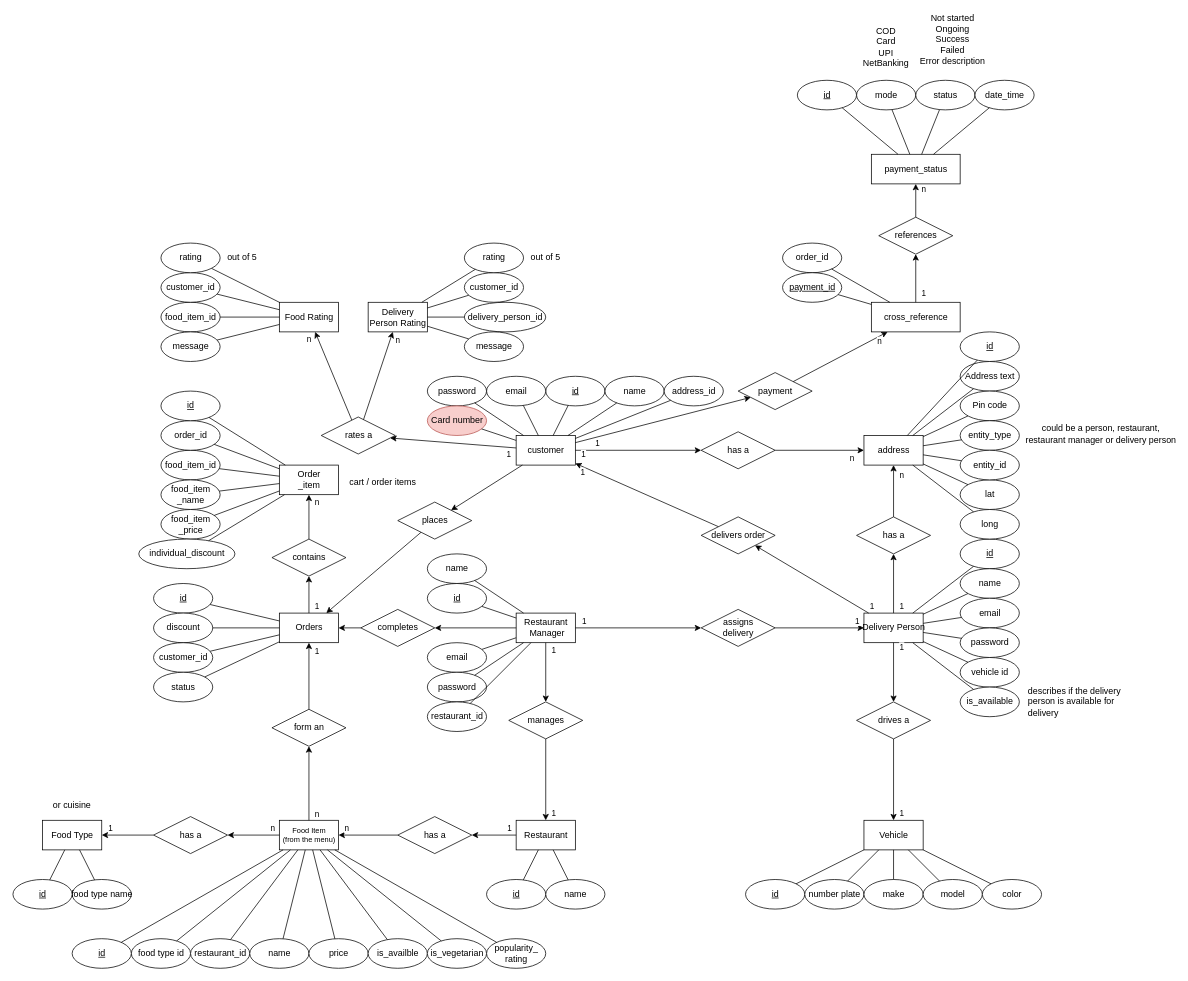
Before: diagrams/ER/ER diagram.drawio in callofthewild/hunger-buzz, a draw.io diagram. Source tidied: cells renumbered, new cells numbered last; positions are measured from the earlier drawing's top-left corner, leaving out a move shared by most shapes. Both pictures are drawn from the tidied source at 74%, with x=0, y=0 at pixel (13, 13).
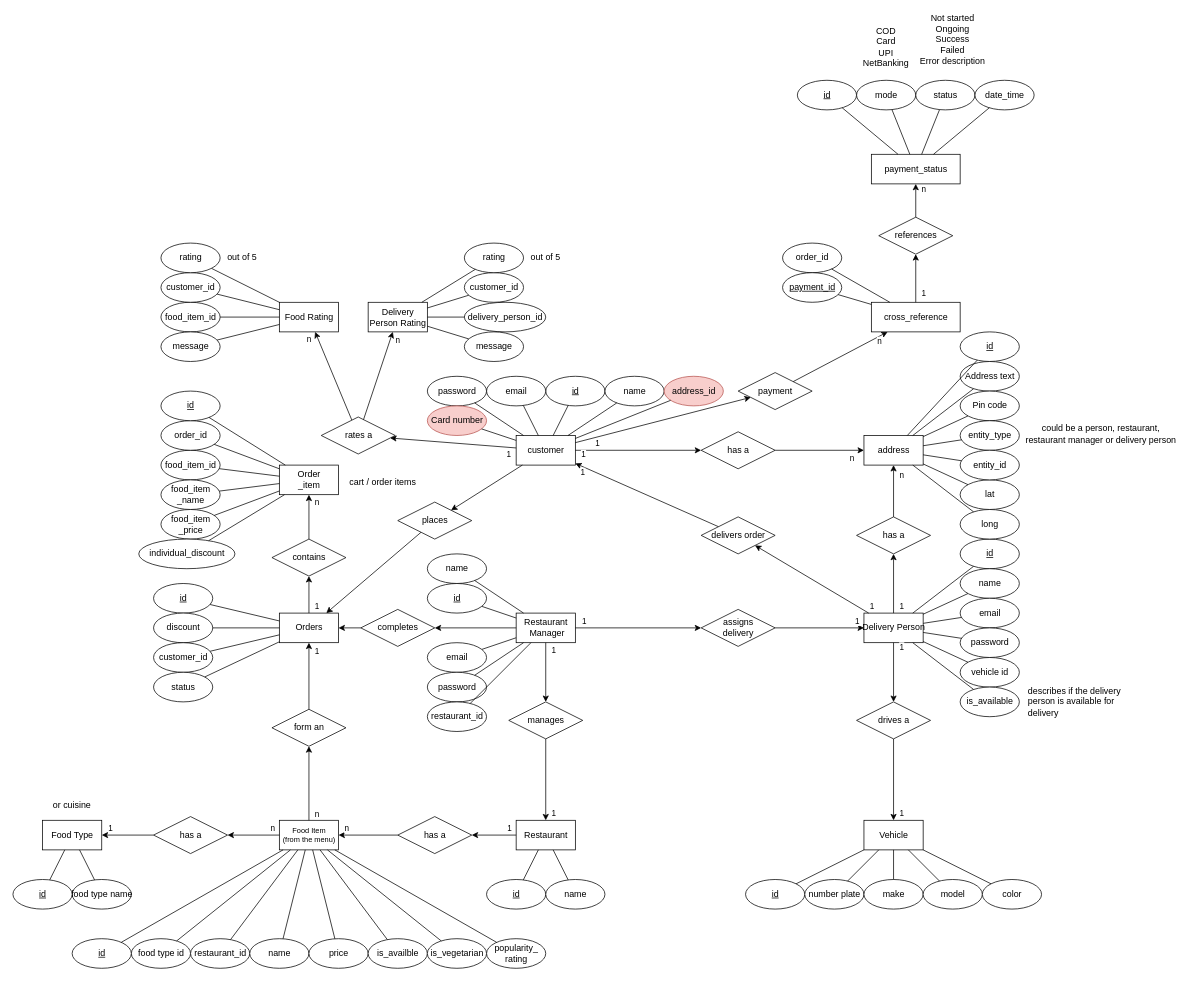
The same page after the edit.

Diff of the diagram source:
```diff
@@
-    <mxCell id="157" value="address_id" style="ellipse;html=1;" parent="1" vertex="1">
+    <mxCell id="157" value="address_id" style="ellipse;html=1;fillColor=#f8cecc;strokeColor=#b85450;" parent="1" vertex="1">
       <mxGeometry x="880" y="490" width="80" height="40" as="geometry" />
     </mxCell>
```
